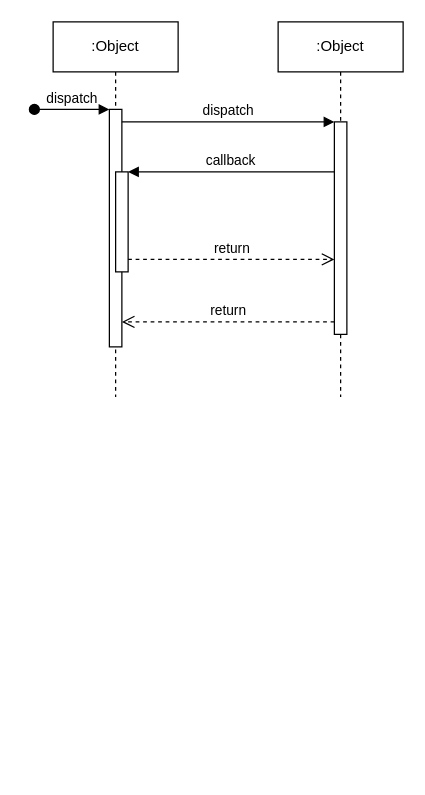
Before: Biểu đồ không có tiêu đề.drawio in qmy03/Paint, a draw.io diagram. Source tidied: cells renumbered, new cells numbered last; positions are measured from the earlier drawing's top-left corner, leaving out a move shared by most shapes. Both pictures are drawn from the tidied source at 125%, with x=0, y=0 at pixel (34, 21).
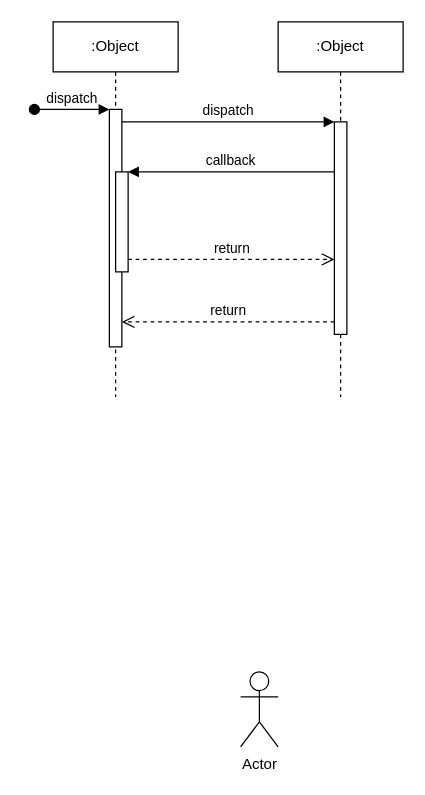
The same diagram, later.

What changed in the source:
```diff
@@
 <mxGraphModel>
   <root>
     <mxCell id="0" />
     <mxCell id="1" parent="0" />
     <mxCell id="2" value=":Object" style="shape=umlLifeline;perimeter=lifelinePerimeter;whiteSpace=wrap;html=1;newEdgeStyle={&quot;edgeStyle&quot;:&quot;elbowEdgeStyle&quot;,&quot;elbow&quot;:&quot;vertical&quot;,&quot;curved&quot;:0,&quot;rounded&quot;:0};" parent="1" vertex="1">
       <mxGeometry x="15" width="100" height="300" as="geometry" />
     </mxCell>
     <mxCell id="3" style="html=1;points=[];perimeter=orthogonalPerimeter;outlineConnect=0;targetShapes=umlLifeline;portConstraint=eastwest;newEdgeStyle={&quot;edgeStyle&quot;:&quot;elbowEdgeStyle&quot;,&quot;elbow&quot;:&quot;vertical&quot;,&quot;curved&quot;:0,&quot;rounded&quot;:0};" parent="2" vertex="1">
       <mxGeometry x="45" y="70" width="10" height="190" as="geometry" />
     </mxCell>
     <mxCell id="4" value="dispatch" style="html=1;verticalAlign=bottom;startArrow=oval;endArrow=block;startSize=8;edgeStyle=elbowEdgeStyle;elbow=vertical;curved=0;rounded=0;" parent="2" edge="1" target="3">
       <mxGeometry relative="1" as="geometry">
         <mxPoint x="-15" y="70" as="sourcePoint" />
       </mxGeometry>
     </mxCell>
     <mxCell id="5" style="html=1;points=[];perimeter=orthogonalPerimeter;outlineConnect=0;targetShapes=umlLifeline;portConstraint=eastwest;newEdgeStyle={&quot;edgeStyle&quot;:&quot;elbowEdgeStyle&quot;,&quot;elbow&quot;:&quot;vertical&quot;,&quot;curved&quot;:0,&quot;rounded&quot;:0};" parent="2" vertex="1">
       <mxGeometry x="50" y="120" width="10" height="80" as="geometry" />
     </mxCell>
     <mxCell id="6" value=":Object" style="shape=umlLifeline;perimeter=lifelinePerimeter;whiteSpace=wrap;html=1;newEdgeStyle={&quot;edgeStyle&quot;:&quot;elbowEdgeStyle&quot;,&quot;elbow&quot;:&quot;vertical&quot;,&quot;curved&quot;:0,&quot;rounded&quot;:0};" parent="1" vertex="1">
       <mxGeometry x="195" width="100" height="300" as="geometry" />
     </mxCell>
     <mxCell id="7" style="html=1;points=[];perimeter=orthogonalPerimeter;outlineConnect=0;targetShapes=umlLifeline;portConstraint=eastwest;newEdgeStyle={&quot;edgeStyle&quot;:&quot;elbowEdgeStyle&quot;,&quot;elbow&quot;:&quot;vertical&quot;,&quot;curved&quot;:0,&quot;rounded&quot;:0};" parent="6" vertex="1">
       <mxGeometry x="45" y="80" width="10" height="170" as="geometry" />
     </mxCell>
     <mxCell id="8" value="dispatch" style="html=1;verticalAlign=bottom;endArrow=block;edgeStyle=elbowEdgeStyle;elbow=vertical;curved=0;rounded=0;" parent="1" edge="1" source="3" target="7">
       <mxGeometry relative="1" as="geometry">
         <Array as="points">
           <mxPoint x="155" y="80" />
         </Array>
       </mxGeometry>
     </mxCell>
     <mxCell id="9" value="return" style="html=1;verticalAlign=bottom;endArrow=open;dashed=1;endSize=8;edgeStyle=elbowEdgeStyle;elbow=vertical;curved=0;rounded=0;" parent="1" edge="1" source="7" target="3">
       <mxGeometry relative="1" as="geometry">
         <Array as="points">
           <mxPoint x="165" y="240" />
         </Array>
       </mxGeometry>
     </mxCell>
     <mxCell id="10" value="callback" style="html=1;verticalAlign=bottom;endArrow=block;edgeStyle=elbowEdgeStyle;elbow=vertical;curved=0;rounded=0;" parent="1" edge="1" source="7" target="5">
       <mxGeometry relative="1" as="geometry">
         <Array as="points">
           <mxPoint x="165" y="120" />
         </Array>
       </mxGeometry>
     </mxCell>
     <mxCell id="11" value="return" style="html=1;verticalAlign=bottom;endArrow=open;dashed=1;endSize=8;edgeStyle=elbowEdgeStyle;elbow=vertical;curved=0;rounded=0;" parent="1" edge="1" source="5" target="7">
       <mxGeometry relative="1" as="geometry">
         <Array as="points">
           <mxPoint x="155" y="190" />
         </Array>
       </mxGeometry>
     </mxCell>
+    <mxCell id="12" value="Actor" style="shape=umlActor;verticalLabelPosition=bottom;verticalAlign=top;html=1;" parent="1" vertex="1">
+      <mxGeometry x="165" y="520" width="30" height="60" as="geometry" />
+    </mxCell>
   </root>
 </mxGraphModel>
```
